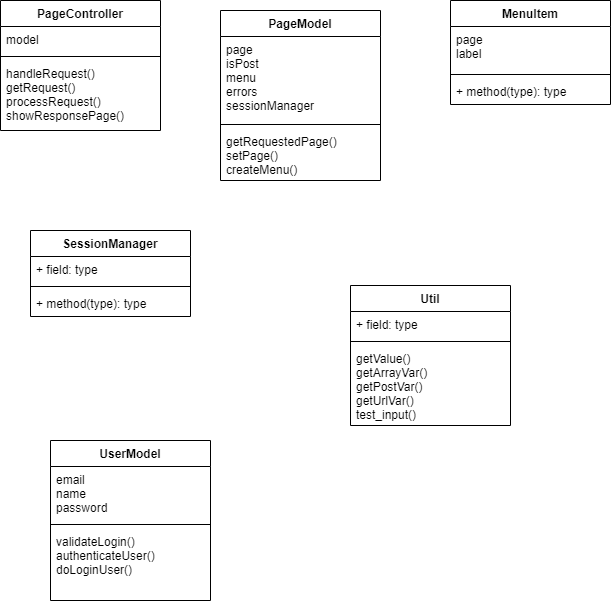
Before: Diagrams/ModelCID.drawio.png, a diagram exported from draw.io (Dabra720/educom-webshop-oop). Source tidied: cells renumbered, new cells last; positions are measured from the earlier drawing's top-left corner, leaving out a move shared by most shapes.
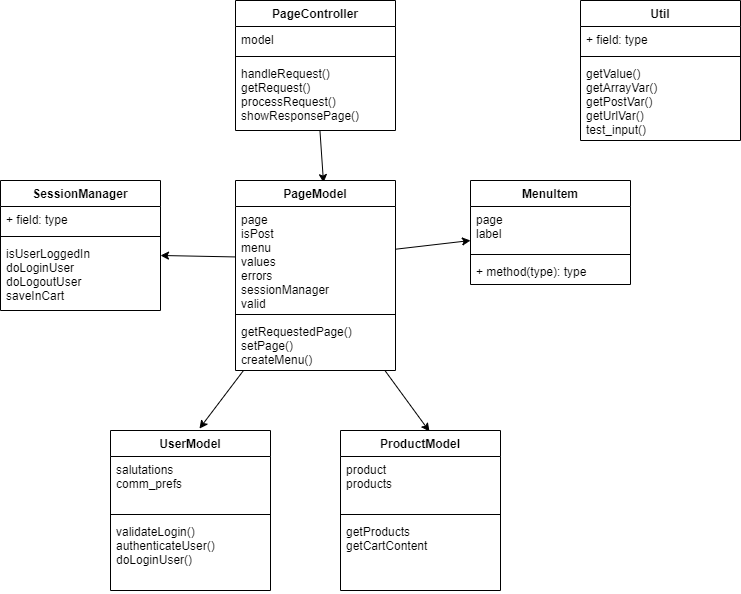
After the commit.

Commit message:
Issue #9 Model Factory

The edit, as a diff of the source:
```diff
@@ -2,8 +2,11 @@
   <root>
     <mxCell id="0" />
     <mxCell id="1" parent="0" />
+    <mxCell id="26" style="edgeStyle=none;html=1;entryX=0.55;entryY=0.011;entryDx=0;entryDy=0;entryPerimeter=0;" parent="1" edge="1" source="2" target="6">
+      <mxGeometry relative="1" as="geometry" />
+    </mxCell>
     <mxCell id="2" value="PageController" style="swimlane;fontStyle=1;align=center;verticalAlign=top;horizontal=1;startSize=26;" parent="1" vertex="1">
-      <mxGeometry width="160" height="130" as="geometry" />
+      <mxGeometry x="265" y="-200" width="160" height="130" as="geometry" />
     </mxCell>
     <mxCell id="3" value="model" style="text;strokeColor=none;fillColor=none;align=left;verticalAlign=top;spacingLeft=4;spacingRight=4;overflow=hidden;" parent="2" vertex="1">
       <mxGeometry y="26" width="160" height="26" as="geometry" />
@@ -14,20 +17,26 @@
     <mxCell id="5" value="handleRequest()&#10;getRequest()&#10;processRequest()&#10;showResponsePage()" style="text;strokeColor=none;fillColor=none;align=left;verticalAlign=top;spacingLeft=4;spacingRight=4;overflow=hidden;" parent="2" vertex="1">
       <mxGeometry y="60" width="160" height="70" as="geometry" />
     </mxCell>
+    <mxCell id="27" style="edgeStyle=none;html=1;entryX=0.556;entryY=-0.012;entryDx=0;entryDy=0;entryPerimeter=0;" parent="1" edge="1" source="6" target="22">
+      <mxGeometry relative="1" as="geometry" />
+    </mxCell>
+    <mxCell id="28" style="edgeStyle=none;html=1;entryX=0.556;entryY=0.006;entryDx=0;entryDy=0;entryPerimeter=0;" parent="1" edge="1" source="6" target="29">
+      <mxGeometry relative="1" as="geometry" />
+    </mxCell>
     <mxCell id="6" value="PageModel" style="swimlane;fontStyle=1;align=center;verticalAlign=top;horizontal=1;startSize=26;" parent="1" vertex="1">
-      <mxGeometry x="220" y="10" width="160" height="170" as="geometry" />
+      <mxGeometry x="265" y="-20" width="160" height="190" as="geometry" />
     </mxCell>
-    <mxCell id="7" value="page&#10;isPost&#10;menu&#10;errors&#10;sessionManager" style="text;strokeColor=none;fillColor=none;align=left;verticalAlign=top;spacingLeft=4;spacingRight=4;overflow=hidden;points=[[0,0.5],[1,0.5]];portConstraint=eastwest;" parent="6" vertex="1">
-      <mxGeometry y="26" width="160" height="84" as="geometry" />
+    <mxCell id="7" value="page&#10;isPost&#10;menu&#10;values&#10;errors&#10;sessionManager&#10;valid" style="text;strokeColor=none;fillColor=none;align=left;verticalAlign=top;spacingLeft=4;spacingRight=4;overflow=hidden;points=[[0,0.5],[1,0.5]];portConstraint=eastwest;" parent="6" vertex="1">
+      <mxGeometry y="26" width="160" height="104" as="geometry" />
     </mxCell>
     <mxCell id="8" style="line;strokeWidth=1;fillColor=none;align=left;verticalAlign=middle;spacingTop=-1;spacingLeft=3;spacingRight=3;labelPosition=right;strokeColor=inherit;" parent="6" vertex="1">
-      <mxGeometry y="110" width="160" height="8" as="geometry" />
+      <mxGeometry y="130" width="160" height="8" as="geometry" />
     </mxCell>
     <mxCell id="9" value="getRequestedPage()&#10;setPage()&#10;createMenu()" style="text;strokeColor=none;fillColor=none;align=left;verticalAlign=top;spacingLeft=4;spacingRight=4;overflow=hidden;" parent="6" vertex="1">
-      <mxGeometry y="118" width="160" height="52" as="geometry" />
+      <mxGeometry y="138" width="160" height="52" as="geometry" />
     </mxCell>
     <mxCell id="10" value="MenuItem" style="swimlane;fontStyle=1;align=center;verticalAlign=top;horizontal=1;startSize=26;" parent="1" vertex="1">
-      <mxGeometry x="450" width="160" height="104" as="geometry" />
+      <mxGeometry x="500" y="-20" width="160" height="104" as="geometry" />
     </mxCell>
     <mxCell id="11" value="page&#10;label" style="text;strokeColor=none;fillColor=none;align=left;verticalAlign=top;spacingLeft=4;spacingRight=4;overflow=hidden;points=[[0,0.5],[1,0.5]];portConstraint=eastwest;" parent="10" vertex="1">
       <mxGeometry y="26" width="160" height="44" as="geometry" />
@@ -39,7 +48,7 @@
       <mxGeometry y="78" width="160" height="26" as="geometry" />
     </mxCell>
     <mxCell id="14" value="SessionManager" style="swimlane;fontStyle=1;align=center;verticalAlign=top;horizontal=1;startSize=26;" parent="1" vertex="1">
-      <mxGeometry x="30" y="230" width="160" height="86" as="geometry" />
+      <mxGeometry x="30" y="-20" width="160" height="130" as="geometry" />
     </mxCell>
     <mxCell id="15" value="+ field: type" style="text;strokeColor=none;fillColor=none;align=left;verticalAlign=top;spacingLeft=4;spacingRight=4;overflow=hidden;" parent="14" vertex="1">
       <mxGeometry y="26" width="160" height="26" as="geometry" />
@@ -47,11 +56,11 @@
     <mxCell id="16" style="line;strokeWidth=1;fillColor=none;align=left;verticalAlign=middle;spacingTop=-1;spacingLeft=3;spacingRight=3;labelPosition=right;strokeColor=inherit;" parent="14" vertex="1">
       <mxGeometry y="52" width="160" height="8" as="geometry" />
     </mxCell>
-    <mxCell id="17" value="+ method(type): type" style="text;strokeColor=none;fillColor=none;align=left;verticalAlign=top;spacingLeft=4;spacingRight=4;overflow=hidden;points=[[0,0.5],[1,0.5]];portConstraint=eastwest;" parent="14" vertex="1">
-      <mxGeometry y="60" width="160" height="26" as="geometry" />
+    <mxCell id="17" value="isUserLoggedIn&#10;doLoginUser&#10;doLogoutUser&#10;saveInCart" style="text;strokeColor=none;fillColor=none;align=left;verticalAlign=top;spacingLeft=4;spacingRight=4;overflow=hidden;points=[[0,0.5],[1,0.5]];portConstraint=eastwest;" parent="14" vertex="1">
+      <mxGeometry y="60" width="160" height="70" as="geometry" />
     </mxCell>
     <mxCell id="18" value="Util" style="swimlane;fontStyle=1;align=center;verticalAlign=top;horizontal=1;startSize=26;" parent="1" vertex="1">
-      <mxGeometry x="350" y="285" width="160" height="140" as="geometry" />
+      <mxGeometry x="610" y="-200" width="160" height="140" as="geometry" />
     </mxCell>
     <mxCell id="19" value="+ field: type" style="text;strokeColor=none;fillColor=none;align=left;verticalAlign=top;spacingLeft=4;spacingRight=4;overflow=hidden;" parent="18" vertex="1">
       <mxGeometry y="26" width="160" height="26" as="geometry" />
@@ -63,9 +72,9 @@
       <mxGeometry y="60" width="160" height="80" as="geometry" />
     </mxCell>
     <mxCell id="22" value="UserModel" style="swimlane;fontStyle=1;align=center;verticalAlign=top;horizontal=1;startSize=26;" parent="1" vertex="1">
-      <mxGeometry x="50" y="440" width="160" height="160" as="geometry" />
+      <mxGeometry x="140" y="230" width="160" height="160" as="geometry" />
     </mxCell>
-    <mxCell id="23" value="email&#10;name&#10;password" style="text;strokeColor=none;fillColor=none;align=left;verticalAlign=top;spacingLeft=4;spacingRight=4;overflow=hidden;" parent="22" vertex="1">
+    <mxCell id="23" value="salutations&#10;comm_prefs" style="text;strokeColor=none;fillColor=none;align=left;verticalAlign=top;spacingLeft=4;spacingRight=4;overflow=hidden;" parent="22" vertex="1">
       <mxGeometry y="26" width="160" height="54" as="geometry" />
     </mxCell>
     <mxCell id="24" style="line;strokeWidth=1;fillColor=none;align=left;verticalAlign=middle;spacingTop=-1;spacingLeft=3;spacingRight=3;labelPosition=right;strokeColor=inherit;" parent="22" vertex="1">
@@ -74,5 +83,23 @@
     <mxCell id="25" value="validateLogin()&#10;authenticateUser()&#10;doLoginUser()&#10;" style="text;strokeColor=none;fillColor=none;align=left;verticalAlign=top;spacingLeft=4;spacingRight=4;overflow=hidden;" parent="22" vertex="1">
       <mxGeometry y="88" width="160" height="72" as="geometry" />
     </mxCell>
+    <mxCell id="29" value="ProductModel" style="swimlane;fontStyle=1;align=center;verticalAlign=top;horizontal=1;startSize=26;" parent="1" vertex="1">
+      <mxGeometry x="370" y="230" width="160" height="160" as="geometry" />
+    </mxCell>
+    <mxCell id="30" value="product&#10;products" style="text;strokeColor=none;fillColor=none;align=left;verticalAlign=top;spacingLeft=4;spacingRight=4;overflow=hidden;" parent="29" vertex="1">
+      <mxGeometry y="26" width="160" height="54" as="geometry" />
+    </mxCell>
+    <mxCell id="31" style="line;strokeWidth=1;fillColor=none;align=left;verticalAlign=middle;spacingTop=-1;spacingLeft=3;spacingRight=3;labelPosition=right;strokeColor=inherit;" parent="29" vertex="1">
+      <mxGeometry y="80" width="160" height="8" as="geometry" />
+    </mxCell>
+    <mxCell id="32" value="getProducts&#10;getCartContent&#10;" style="text;strokeColor=none;fillColor=none;align=left;verticalAlign=top;spacingLeft=4;spacingRight=4;overflow=hidden;" parent="29" vertex="1">
+      <mxGeometry y="88" width="160" height="72" as="geometry" />
+    </mxCell>
+    <mxCell id="33" style="edgeStyle=none;html=1;entryX=1;entryY=0.214;entryDx=0;entryDy=0;entryPerimeter=0;" parent="1" edge="1" source="7" target="17">
+      <mxGeometry relative="1" as="geometry" />
+    </mxCell>
+    <mxCell id="34" style="edgeStyle=none;html=1;entryX=0;entryY=0.773;entryDx=0;entryDy=0;entryPerimeter=0;" parent="1" edge="1" source="7" target="11">
+      <mxGeometry relative="1" as="geometry" />
+    </mxCell>
   </root>
 </mxGraphModel>
```
